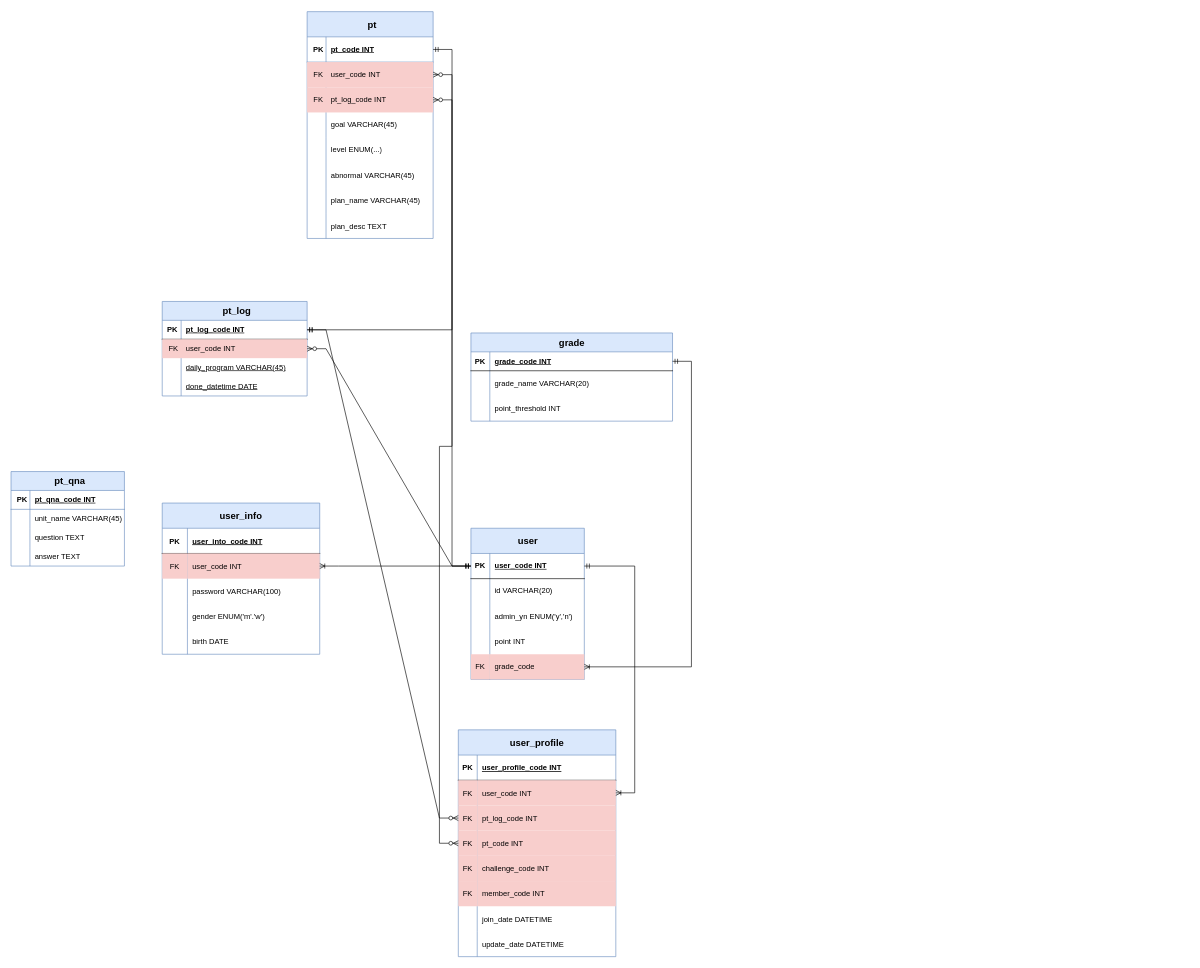
Earlier version of the draw.io diagram members/제목 없는 다이어그램.drawio (Brian-Hong-KR/Gymunity). Source tidied: cells renumbered, new cells numbered last; positions are measured from the earlier drawing's top-left corner, leaving out a move shared by most shapes. Both pictures are drawn from the tidied source at 63%, with x=0, y=0 at pixel (11, 11).
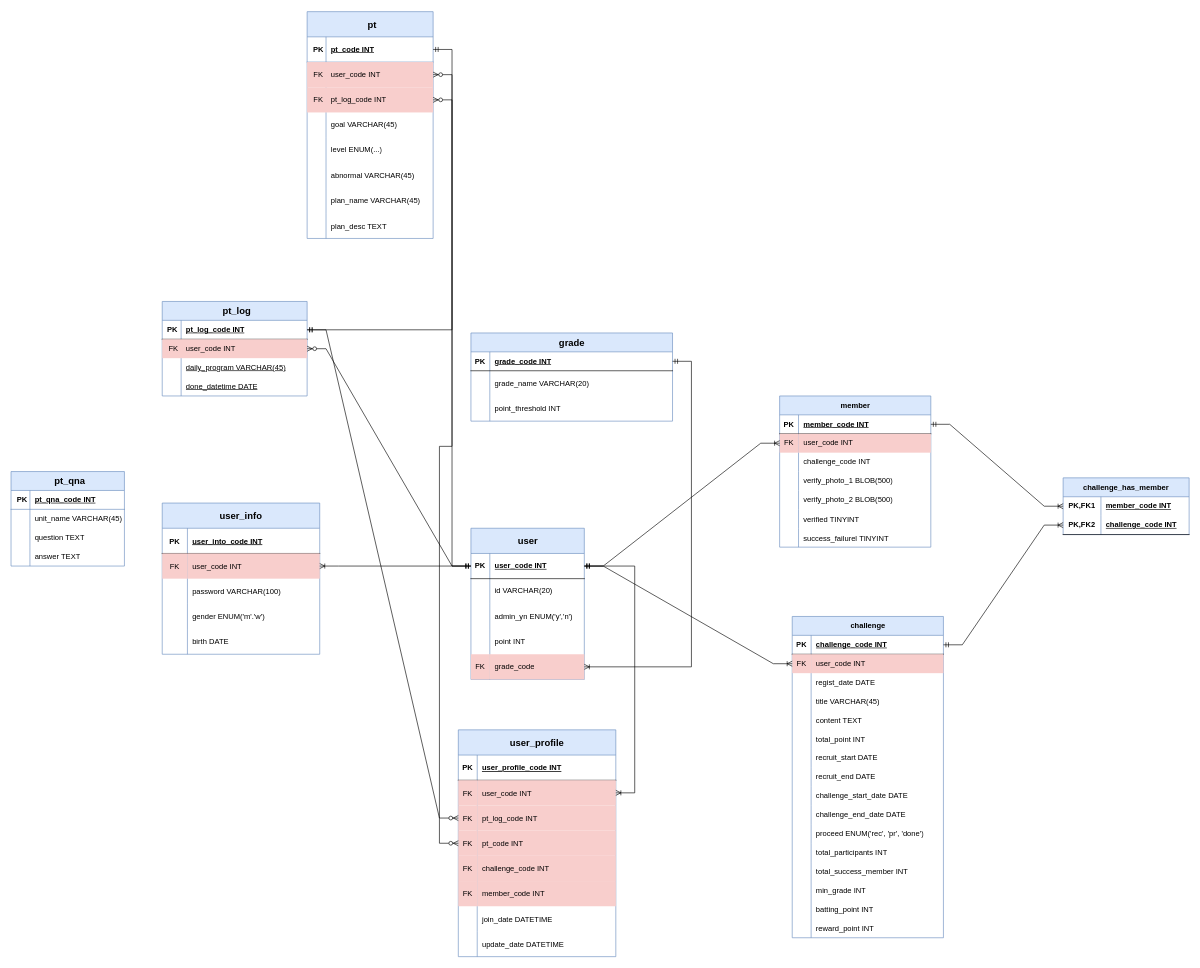
The same diagram, later.

The change refers to these unchanged cells:
```xml
<mxCell id="28" style="shape=tableRow;horizontal=0;startSize=0;swimlaneHead=0;swimlaneBody=0;fillColor=none;points=[[0,0.5],[1,0.5]];portConstraint=eastwest;top=0;left=0;right=0;bottom=1;" parent="27" vertex="1">
  <mxGeometry y="40" width="180" height="40" as="geometry" />
</mxCell>
```

The edit, as a diff of the source:
```diff
@@
+    <mxCell id="128" value="member" style="shape=table;startSize=30;childLayout=tableLayout;rowLines=0;fontStyle=1;align=center;html=1;fillColor=#dae8fc;strokeColor=#6c8ebf;" parent="1" vertex="1">
+      <mxGeometry x="1220" y="610" width="240" height="240" as="geometry" />
+    </mxCell>
+    <mxCell id="129" style="shape=tableRow;horizontal=0;startSize=0;swimlaneHead=0;swimlaneBody=0;fillColor=none;points=[[0,0.5],[1,0.5]];portConstraint=eastwest;top=0;left=0;right=0;bottom=1;" parent="128" vertex="1">
+      <mxGeometry y="30" width="240" height="30" as="geometry" />
+    </mxCell>
+    <mxCell id="130" value="PK" style="shape=partialRectangle;fillColor=none;top=0;left=0;bottom=0;right=0;fontStyle=1;overflow=hidden;whiteSpace=wrap;html=1;" parent="129" vertex="1">
+      <mxGeometry width="30" height="30" as="geometry" />
+    </mxCell>
+    <mxCell id="131" value="member_code INT" style="shape=partialRectangle;fillColor=none;top=0;left=0;bottom=0;right=0;align=left;spacingLeft=6;fontStyle=5;overflow=hidden;whiteSpace=wrap;html=1;" parent="129" vertex="1">
+      <mxGeometry x="30" width="210" height="30" as="geometry" />
+    </mxCell>
+    <mxCell id="132" style="shape=tableRow;horizontal=0;startSize=0;swimlaneHead=0;swimlaneBody=0;fillColor=none;points=[[0,0.5],[1,0.5]];portConstraint=eastwest;top=0;left=0;right=0;bottom=0;" parent="128" vertex="1">
+      <mxGeometry y="60" width="240" height="30" as="geometry" />
+    </mxCell>
+    <mxCell id="133" value="FK" style="shape=partialRectangle;fillColor=#f8cecc;top=0;left=0;bottom=0;right=0;fontStyle=0;overflow=hidden;whiteSpace=wrap;html=1;strokeColor=#b85450;" parent="132" vertex="1">
+      <mxGeometry width="30" height="30" as="geometry" />
+    </mxCell>
+    <mxCell id="134" value="user_code INT" style="shape=partialRectangle;fillColor=#f8cecc;top=0;left=0;bottom=0;right=0;align=left;spacingLeft=6;fontStyle=0;overflow=hidden;whiteSpace=wrap;html=1;strokeColor=#b85450;" parent="132" vertex="1">
+      <mxGeometry x="30" width="210" height="30" as="geometry" />
+    </mxCell>
+    <mxCell id="135" style="shape=tableRow;horizontal=0;startSize=0;swimlaneHead=0;swimlaneBody=0;fillColor=none;top=0;left=0;right=0;bottom=0;" parent="128" vertex="1">
+      <mxGeometry y="90" width="240" height="30" as="geometry" />
+    </mxCell>
+    <mxCell id="136" style="shape=partialRectangle;fillColor=none;top=0;left=0;bottom=0;right=0;overflow=hidden;whiteSpace=wrap;html=1;" parent="135" vertex="1">
+      <mxGeometry width="30" height="30" as="geometry" />
+    </mxCell>
+    <mxCell id="137" value="challenge_code INT" style="shape=partialRectangle;fillColor=none;top=0;left=0;bottom=0;right=0;align=left;spacingLeft=6;overflow=hidden;whiteSpace=wrap;html=1;" parent="135" vertex="1">
+      <mxGeometry x="30" width="210" height="30" as="geometry" />
+    </mxCell>
+    <mxCell id="138" style="shape=tableRow;horizontal=0;startSize=0;swimlaneHead=0;swimlaneBody=0;fillColor=none;top=0;left=0;right=0;bottom=0;" parent="128" vertex="1">
+      <mxGeometry y="120" width="240" height="30" as="geometry" />
+    </mxCell>
+    <mxCell id="139" style="shape=partialRectangle;fillColor=none;top=0;left=0;bottom=0;right=0;overflow=hidden;whiteSpace=wrap;html=1;" parent="138" vertex="1">
+      <mxGeometry width="30" height="30" as="geometry" />
+    </mxCell>
+    <mxCell id="140" value="verify_photo_1 BLOB(500)" style="shape=partialRectangle;fillColor=none;top=0;left=0;bottom=0;right=0;align=left;spacingLeft=6;overflow=hidden;whiteSpace=wrap;html=1;" parent="138" vertex="1">
+      <mxGeometry x="30" width="210" height="30" as="geometry" />
+    </mxCell>
+    <mxCell id="141" style="shape=tableRow;horizontal=0;startSize=0;swimlaneHead=0;swimlaneBody=0;fillColor=none;top=0;left=0;right=0;bottom=0;" parent="128" vertex="1">
+      <mxGeometry y="150" width="240" height="30" as="geometry" />
+    </mxCell>
+    <mxCell id="142" style="shape=partialRectangle;fillColor=none;top=0;left=0;bottom=0;right=0;overflow=hidden;whiteSpace=wrap;html=1;" parent="141" vertex="1">
+      <mxGeometry width="30" height="30" as="geometry" />
+    </mxCell>
+    <mxCell id="143" value="verify_photo_2 BLOB(500)" style="shape=partialRectangle;fillColor=none;top=0;left=0;bottom=0;right=0;align=left;spacingLeft=6;overflow=hidden;whiteSpace=wrap;html=1;" parent="141" vertex="1">
+      <mxGeometry x="30" width="210" height="30" as="geometry" />
+    </mxCell>
+    <mxCell id="144" style="shape=tableRow;horizontal=0;startSize=0;swimlaneHead=0;swimlaneBody=0;fillColor=none;top=0;left=0;right=0;bottom=0;" parent="128" vertex="1">
+      <mxGeometry y="180" width="240" height="30" as="geometry" />
+    </mxCell>
+    <mxCell id="145" style="shape=partialRectangle;fillColor=none;top=0;left=0;bottom=0;right=0;overflow=hidden;" parent="144" vertex="1">
+      <mxGeometry width="30" height="30" as="geometry" />
+    </mxCell>
+    <mxCell id="146" value="verified TINYINT" style="shape=partialRectangle;fillColor=none;top=0;left=0;bottom=0;right=0;align=left;spacingLeft=6;overflow=hidden;" parent="144" vertex="1">
+      <mxGeometry x="30" width="210" height="30" as="geometry" />
+    </mxCell>
+    <mxCell id="147" style="shape=tableRow;horizontal=0;startSize=0;swimlaneHead=0;swimlaneBody=0;fillColor=none;top=0;left=0;right=0;bottom=0;" parent="128" vertex="1">
+      <mxGeometry y="210" width="240" height="30" as="geometry" />
+    </mxCell>
+    <mxCell id="148" style="shape=partialRectangle;fillColor=none;top=0;left=0;bottom=0;right=0;overflow=hidden;" parent="147" vertex="1">
+      <mxGeometry width="30" height="30" as="geometry" />
+    </mxCell>
+    <mxCell id="149" value="success_failurel TINYINT" style="shape=partialRectangle;fillColor=none;top=0;left=0;bottom=0;right=0;align=left;spacingLeft=6;overflow=hidden;" parent="147" vertex="1">
+      <mxGeometry x="30" width="210" height="30" as="geometry" />
+    </mxCell>
+    <mxCell id="150" value="challenge" style="shape=table;startSize=30;childLayout=tableLayout;rowLines=0;fontStyle=1;align=center;html=1;fillColor=#dae8fc;strokeColor=#6c8ebf;" parent="1" vertex="1">
+      <mxGeometry x="1240" y="960" width="240" height="510" as="geometry" />
+    </mxCell>
+    <mxCell id="151" style="shape=tableRow;horizontal=0;startSize=0;swimlaneHead=0;swimlaneBody=0;fillColor=none;points=[[0,0.5],[1,0.5]];portConstraint=eastwest;top=0;left=0;right=0;bottom=1;" parent="150" vertex="1">
+      <mxGeometry y="30" width="240" height="30" as="geometry" />
+    </mxCell>
+    <mxCell id="152" value="PK" style="shape=partialRectangle;fillColor=none;top=0;left=0;bottom=0;right=0;fontStyle=1;overflow=hidden;whiteSpace=wrap;html=1;" parent="151" vertex="1">
+      <mxGeometry width="30" height="30" as="geometry" />
+    </mxCell>
+    <mxCell id="153" value="challenge_code INT" style="shape=partialRectangle;fillColor=none;top=0;left=0;bottom=0;right=0;align=left;spacingLeft=6;fontStyle=5;overflow=hidden;whiteSpace=wrap;html=1;" parent="151" vertex="1">
+      <mxGeometry x="30" width="210" height="30" as="geometry" />
+    </mxCell>
+    <mxCell id="154" style="shape=tableRow;horizontal=0;startSize=0;swimlaneHead=0;swimlaneBody=0;fillColor=none;points=[[0,0.5],[1,0.5]];portConstraint=eastwest;top=0;left=0;right=0;bottom=0;" parent="150" vertex="1">
+      <mxGeometry y="60" width="240" height="30" as="geometry" />
+    </mxCell>
+    <mxCell id="155" value="FK" style="shape=partialRectangle;fillColor=#f8cecc;top=0;left=0;bottom=0;right=0;fontStyle=0;overflow=hidden;whiteSpace=wrap;html=1;strokeColor=#b85450;" parent="154" vertex="1">
+      <mxGeometry width="30" height="30" as="geometry" />
+    </mxCell>
+    <mxCell id="156" value="user_code INT" style="shape=partialRectangle;fillColor=#f8cecc;top=0;left=0;bottom=0;right=0;align=left;spacingLeft=6;fontStyle=0;overflow=hidden;whiteSpace=wrap;html=1;strokeColor=#b85450;" parent="154" vertex="1">
+      <mxGeometry x="30" width="210" height="30" as="geometry" />
+    </mxCell>
+    <mxCell id="157" style="shape=tableRow;horizontal=0;startSize=0;swimlaneHead=0;swimlaneBody=0;fillColor=none;top=0;left=0;right=0;bottom=0;" parent="150" vertex="1">
+      <mxGeometry y="90" width="240" height="30" as="geometry" />
+    </mxCell>
+    <mxCell id="158" style="shape=partialRectangle;fillColor=none;top=0;left=0;bottom=0;right=0;overflow=hidden;whiteSpace=wrap;html=1;" parent="157" vertex="1">
+      <mxGeometry width="30" height="30" as="geometry" />
+    </mxCell>
+    <mxCell id="159" value="regist_date DATE" style="shape=partialRectangle;fillColor=none;top=0;left=0;bottom=0;right=0;align=left;spacingLeft=6;overflow=hidden;whiteSpace=wrap;html=1;" parent="157" vertex="1">
+      <mxGeometry x="30" width="210" height="30" as="geometry" />
+    </mxCell>
+    <mxCell id="160" style="shape=tableRow;horizontal=0;startSize=0;swimlaneHead=0;swimlaneBody=0;fillColor=none;top=0;left=0;right=0;bottom=0;" parent="150" vertex="1">
+      <mxGeometry y="120" width="240" height="30" as="geometry" />
+    </mxCell>
+    <mxCell id="161" style="shape=partialRectangle;fillColor=none;top=0;left=0;bottom=0;right=0;overflow=hidden;whiteSpace=wrap;html=1;" parent="160" vertex="1">
+      <mxGeometry width="30" height="30" as="geometry" />
+    </mxCell>
+    <mxCell id="162" value="title VARCHAR(45)" style="shape=partialRectangle;fillColor=none;top=0;left=0;bottom=0;right=0;align=left;spacingLeft=6;overflow=hidden;whiteSpace=wrap;html=1;" parent="160" vertex="1">
+      <mxGeometry x="30" width="210" height="30" as="geometry" />
+    </mxCell>
+    <mxCell id="163" style="shape=tableRow;horizontal=0;startSize=0;swimlaneHead=0;swimlaneBody=0;fillColor=none;top=0;left=0;right=0;bottom=0;" parent="150" vertex="1">
+      <mxGeometry y="150" width="240" height="30" as="geometry" />
+    </mxCell>
+    <mxCell id="164" style="shape=partialRectangle;fillColor=none;top=0;left=0;bottom=0;right=0;overflow=hidden;whiteSpace=wrap;html=1;" parent="163" vertex="1">
+      <mxGeometry width="30" height="30" as="geometry" />
+    </mxCell>
+    <mxCell id="165" value="content TEXT" style="shape=partialRectangle;fillColor=none;top=0;left=0;bottom=0;right=0;align=left;spacingLeft=6;overflow=hidden;whiteSpace=wrap;html=1;" parent="163" vertex="1">
+      <mxGeometry x="30" width="210" height="30" as="geometry" />
+    </mxCell>
+    <mxCell id="166" style="shape=tableRow;horizontal=0;startSize=0;swimlaneHead=0;swimlaneBody=0;fillColor=none;top=0;left=0;right=0;bottom=0;" parent="150" vertex="1">
+      <mxGeometry y="180" width="240" height="30" as="geometry" />
+    </mxCell>
+    <mxCell id="167" style="shape=partialRectangle;fillColor=none;top=0;left=0;bottom=0;right=0;overflow=hidden;whiteSpace=wrap;html=1;" parent="166" vertex="1">
+      <mxGeometry width="30" height="30" as="geometry" />
+    </mxCell>
+    <mxCell id="168" value="total_point INT" style="shape=partialRectangle;fillColor=none;top=0;left=0;bottom=0;right=0;align=left;spacingLeft=6;overflow=hidden;whiteSpace=wrap;html=1;" parent="166" vertex="1">
+      <mxGeometry x="30" width="210" height="30" as="geometry" />
+    </mxCell>
+    <mxCell id="169" style="shape=tableRow;horizontal=0;startSize=0;swimlaneHead=0;swimlaneBody=0;fillColor=none;top=0;left=0;right=0;bottom=0;" parent="150" vertex="1">
+      <mxGeometry y="210" width="240" height="30" as="geometry" />
+    </mxCell>
+    <mxCell id="170" style="shape=partialRectangle;fillColor=none;top=0;left=0;bottom=0;right=0;overflow=hidden;whiteSpace=wrap;html=1;" parent="169" vertex="1">
+      <mxGeometry width="30" height="30" as="geometry" />
+    </mxCell>
+    <mxCell id="171" value="recruit_start DATE" style="shape=partialRectangle;fillColor=none;top=0;left=0;bottom=0;right=0;align=left;spacingLeft=6;overflow=hidden;whiteSpace=wrap;html=1;" parent="169" vertex="1">
+      <mxGeometry x="30" width="210" height="30" as="geometry" />
+    </mxCell>
+    <mxCell id="172" style="shape=tableRow;horizontal=0;startSize=0;swimlaneHead=0;swimlaneBody=0;fillColor=none;top=0;left=0;right=0;bottom=0;" parent="150" vertex="1">
+      <mxGeometry y="240" width="240" height="30" as="geometry" />
+    </mxCell>
+    <mxCell id="173" style="shape=partialRectangle;fillColor=none;top=0;left=0;bottom=0;right=0;overflow=hidden;whiteSpace=wrap;html=1;" parent="172" vertex="1">
+      <mxGeometry width="30" height="30" as="geometry" />
+    </mxCell>
+    <mxCell id="174" value="recruit_end DATE" style="shape=partialRectangle;fillColor=none;top=0;left=0;bottom=0;right=0;align=left;spacingLeft=6;overflow=hidden;whiteSpace=wrap;html=1;" parent="172" vertex="1">
+      <mxGeometry x="30" width="210" height="30" as="geometry" />
+    </mxCell>
+    <mxCell id="175" style="shape=tableRow;horizontal=0;startSize=0;swimlaneHead=0;swimlaneBody=0;fillColor=none;top=0;left=0;right=0;bottom=0;" parent="150" vertex="1">
+      <mxGeometry y="270" width="240" height="30" as="geometry" />
+    </mxCell>
+    <mxCell id="176" style="shape=partialRectangle;fillColor=none;top=0;left=0;bottom=0;right=0;overflow=hidden;whiteSpace=wrap;html=1;" parent="175" vertex="1">
+      <mxGeometry width="30" height="30" as="geometry" />
+    </mxCell>
+    <mxCell id="177" value="challenge_start_date DATE" style="shape=partialRectangle;fillColor=none;top=0;left=0;bottom=0;right=0;align=left;spacingLeft=6;overflow=hidden;whiteSpace=wrap;html=1;" parent="175" vertex="1">
+      <mxGeometry x="30" width="210" height="30" as="geometry" />
+    </mxCell>
+    <mxCell id="178" style="shape=tableRow;horizontal=0;startSize=0;swimlaneHead=0;swimlaneBody=0;fillColor=none;top=0;left=0;right=0;bottom=0;" parent="150" vertex="1">
+      <mxGeometry y="300" width="240" height="30" as="geometry" />
+    </mxCell>
+    <mxCell id="179" style="shape=partialRectangle;fillColor=none;top=0;left=0;bottom=0;right=0;overflow=hidden;whiteSpace=wrap;html=1;" parent="178" vertex="1">
+      <mxGeometry width="30" height="30" as="geometry" />
+    </mxCell>
+    <mxCell id="180" value="challenge_end_date DATE" style="shape=partialRectangle;fillColor=none;top=0;left=0;bottom=0;right=0;align=left;spacingLeft=6;overflow=hidden;whiteSpace=wrap;html=1;" parent="178" vertex="1">
+      <mxGeometry x="30" width="210" height="30" as="geometry" />
+    </mxCell>
+    <mxCell id="181" style="shape=tableRow;horizontal=0;startSize=0;swimlaneHead=0;swimlaneBody=0;fillColor=none;top=0;left=0;right=0;bottom=0;" parent="150" vertex="1">
+      <mxGeometry y="330" width="240" height="30" as="geometry" />
+    </mxCell>
+    <mxCell id="182" style="shape=partialRectangle;fillColor=none;top=0;left=0;bottom=0;right=0;overflow=hidden;whiteSpace=wrap;html=1;" parent="181" vertex="1">
+      <mxGeometry width="30" height="30" as="geometry" />
+    </mxCell>
+    <mxCell id="183" value="proceed&amp;nbsp;ENUM('rec', 'pr', 'done')" style="shape=partialRectangle;fillColor=none;top=0;left=0;bottom=0;right=0;align=left;spacingLeft=6;overflow=hidden;whiteSpace=wrap;html=1;" parent="181" vertex="1">
+      <mxGeometry x="30" width="210" height="30" as="geometry" />
+    </mxCell>
+    <mxCell id="184" style="shape=tableRow;horizontal=0;startSize=0;swimlaneHead=0;swimlaneBody=0;fillColor=none;top=0;left=0;right=0;bottom=0;" parent="150" vertex="1">
+      <mxGeometry y="360" width="240" height="30" as="geometry" />
+    </mxCell>
+    <mxCell id="185" style="shape=partialRectangle;fillColor=none;top=0;left=0;bottom=0;right=0;overflow=hidden;whiteSpace=wrap;html=1;" parent="184" vertex="1">
+      <mxGeometry width="30" height="30" as="geometry" />
+    </mxCell>
+    <mxCell id="186" value="total_participants INT" style="shape=partialRectangle;fillColor=none;top=0;left=0;bottom=0;right=0;align=left;spacingLeft=6;overflow=hidden;whiteSpace=wrap;html=1;" parent="184" vertex="1">
+      <mxGeometry x="30" width="210" height="30" as="geometry" />
+    </mxCell>
+    <mxCell id="187" style="shape=tableRow;horizontal=0;startSize=0;swimlaneHead=0;swimlaneBody=0;fillColor=none;top=0;left=0;right=0;bottom=0;" parent="150" vertex="1">
+      <mxGeometry y="390" width="240" height="30" as="geometry" />
+    </mxCell>
+    <mxCell id="188" style="shape=partialRectangle;fillColor=none;top=0;left=0;bottom=0;right=0;overflow=hidden;whiteSpace=wrap;html=1;" parent="187" vertex="1">
+      <mxGeometry width="30" height="30" as="geometry" />
+    </mxCell>
+    <mxCell id="189" value="total_success_member INT" style="shape=partialRectangle;fillColor=none;top=0;left=0;bottom=0;right=0;align=left;spacingLeft=6;overflow=hidden;whiteSpace=wrap;html=1;" parent="187" vertex="1">
+      <mxGeometry x="30" width="210" height="30" as="geometry" />
+    </mxCell>
+    <mxCell id="190" style="shape=tableRow;horizontal=0;startSize=0;swimlaneHead=0;swimlaneBody=0;fillColor=none;top=0;left=0;right=0;bottom=0;" parent="150" vertex="1">
+      <mxGeometry y="420" width="240" height="30" as="geometry" />
+    </mxCell>
+    <mxCell id="191" style="shape=partialRectangle;fillColor=none;top=0;left=0;bottom=0;right=0;overflow=hidden;whiteSpace=wrap;html=1;" parent="190" vertex="1">
+      <mxGeometry width="30" height="30" as="geometry" />
+    </mxCell>
+    <mxCell id="192" value="min_grade INT" style="shape=partialRectangle;fillColor=none;top=0;left=0;bottom=0;right=0;align=left;spacingLeft=6;overflow=hidden;whiteSpace=wrap;html=1;" parent="190" vertex="1">
+      <mxGeometry x="30" width="210" height="30" as="geometry" />
+    </mxCell>
+    <mxCell id="193" style="shape=tableRow;horizontal=0;startSize=0;swimlaneHead=0;swimlaneBody=0;fillColor=none;top=0;left=0;right=0;bottom=0;" parent="150" vertex="1">
+      <mxGeometry y="450" width="240" height="30" as="geometry" />
+    </mxCell>
+    <mxCell id="194" style="shape=partialRectangle;fillColor=none;top=0;left=0;bottom=0;right=0;overflow=hidden;whiteSpace=wrap;html=1;" parent="193" vertex="1">
+      <mxGeometry width="30" height="30" as="geometry" />
+    </mxCell>
+    <mxCell id="195" value="batting_point INT" style="shape=partialRectangle;fillColor=none;top=0;left=0;bottom=0;right=0;align=left;spacingLeft=6;overflow=hidden;whiteSpace=wrap;html=1;" parent="193" vertex="1">
+      <mxGeometry x="30" width="210" height="30" as="geometry" />
+    </mxCell>
+    <mxCell id="196" style="shape=tableRow;horizontal=0;startSize=0;swimlaneHead=0;swimlaneBody=0;fillColor=none;top=0;left=0;right=0;bottom=0;" parent="150" vertex="1">
+      <mxGeometry y="480" width="240" height="30" as="geometry" />
+    </mxCell>
+    <mxCell id="197" style="shape=partialRectangle;fillColor=none;top=0;left=0;bottom=0;right=0;overflow=hidden;whiteSpace=wrap;html=1;" parent="196" vertex="1">
+      <mxGeometry width="30" height="30" as="geometry" />
+    </mxCell>
+    <mxCell id="198" value="reward_point INT" style="shape=partialRectangle;fillColor=none;top=0;left=0;bottom=0;right=0;align=left;spacingLeft=6;overflow=hidden;whiteSpace=wrap;html=1;" parent="196" vertex="1">
+      <mxGeometry x="30" width="210" height="30" as="geometry" />
+    </mxCell>
+    <mxCell id="199" style="edgeStyle=entityRelationEdgeStyle;fontSize=12;html=1;endArrow=ERoneToMany;startArrow=ERmandOne;rounded=0;" parent="1" edge="1" source="28" target="154">
+      <mxGeometry relative="1" as="geometry">
+        <Array as="points">
+          <mxPoint x="1080" y="610" />
+          <mxPoint x="470" y="340" />
+        </Array>
+      </mxGeometry>
+    </mxCell>
+    <mxCell id="200" style="edgeStyle=entityRelationEdgeStyle;fontSize=12;html=1;endArrow=ERoneToMany;startArrow=ERmandOne;rounded=0;" parent="1" edge="1" source="28" target="132">
+      <mxGeometry relative="1" as="geometry">
+        <Array as="points">
+          <mxPoint x="1090" y="620" />
+          <mxPoint x="480" y="350" />
+        </Array>
+      </mxGeometry>
+    </mxCell>
+    <mxCell id="201" value="challenge_has_member" style="shape=table;startSize=30;childLayout=tableLayout;rowLines=0;fontStyle=1;align=center;html=1;whiteSpace=wrap;fillColor=#dae8fc;strokeColor=#6c8ebf;" parent="1" vertex="1">
+      <mxGeometry x="1670" y="740" width="200" height="90" as="geometry" />
+    </mxCell>
+    <mxCell id="202" style="shape=tableRow;horizontal=0;startSize=0;swimlaneHead=0;swimlaneBody=0;fillColor=none;points=[[0,0.5],[1,0.5]];portConstraint=eastwest;top=0;left=0;right=0;bottom=0;html=1;" parent="201" vertex="1">
+      <mxGeometry y="30" width="200" height="30" as="geometry" />
+    </mxCell>
+    <mxCell id="203" value="PK,FK1" style="shape=partialRectangle;fillColor=none;top=0;left=0;bottom=0;right=0;fontStyle=1;overflow=hidden;html=1;whiteSpace=wrap;" parent="202" vertex="1">
+      <mxGeometry width="60" height="30" as="geometry" />
+    </mxCell>
+    <mxCell id="204" value="member_code INT" style="shape=partialRectangle;fillColor=none;top=0;left=0;bottom=0;right=0;align=left;spacingLeft=6;fontStyle=5;overflow=hidden;html=1;whiteSpace=wrap;" parent="202" vertex="1">
+      <mxGeometry x="60" width="140" height="30" as="geometry" />
+    </mxCell>
+    <mxCell id="205" style="shape=tableRow;horizontal=0;startSize=0;swimlaneHead=0;swimlaneBody=0;fillColor=none;points=[[0,0.5],[1,0.5]];portConstraint=eastwest;top=0;left=0;right=0;bottom=1;html=1;" parent="201" vertex="1">
+      <mxGeometry y="60" width="200" height="30" as="geometry" />
+    </mxCell>
+    <mxCell id="206" value="PK,FK2" style="shape=partialRectangle;fillColor=none;top=0;left=0;bottom=0;right=0;fontStyle=1;overflow=hidden;html=1;whiteSpace=wrap;" parent="205" vertex="1">
+      <mxGeometry width="60" height="30" as="geometry" />
+    </mxCell>
+    <mxCell id="207" value="challenge_code INT" style="shape=partialRectangle;fillColor=none;top=0;left=0;bottom=0;right=0;align=left;spacingLeft=6;fontStyle=5;overflow=hidden;html=1;whiteSpace=wrap;" parent="205" vertex="1">
+      <mxGeometry x="60" width="140" height="30" as="geometry" />
+    </mxCell>
+    <mxCell id="208" style="edgeStyle=entityRelationEdgeStyle;fontSize=12;html=1;endArrow=ERoneToMany;startArrow=ERmandOne;rounded=0;" parent="1" edge="1" source="151" target="205">
+      <mxGeometry relative="1" as="geometry">
+        <Array as="points">
+          <mxPoint x="1100" y="630" />
+          <mxPoint x="490" y="360" />
+        </Array>
+      </mxGeometry>
+    </mxCell>
+    <mxCell id="209" style="edgeStyle=entityRelationEdgeStyle;fontSize=12;html=1;endArrow=ERoneToMany;startArrow=ERmandOne;rounded=0;" parent="1" edge="1" source="129" target="202">
+      <mxGeometry relative="1" as="geometry">
+        <Array as="points">
+          <mxPoint x="1110" y="640" />
+          <mxPoint x="500" y="370" />
+        </Array>
+      </mxGeometry>
+    </mxCell>
```
